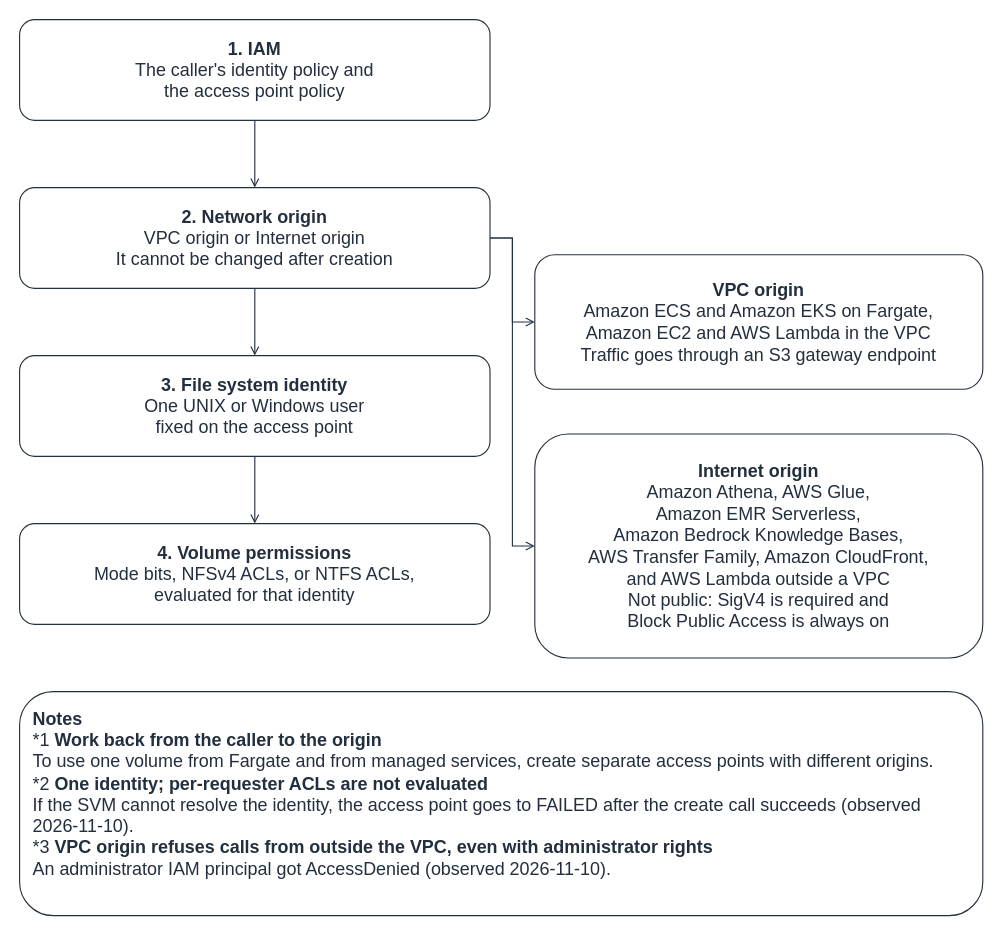
This is docs/_assets/diagrams/s3ap-request-path-en.drawio from Yoshiki0705/FSx-for-ONTAP-Container-Datastore-Patterns, a draw.io file, before an edit. Source tidied: cells renumbered, new cells numbered last; positions are measured from the earlier drawing's top-left corner, leaving out a move shared by most shapes. Both pictures are drawn from the tidied source at 112%, with x=0, y=0 at pixel (19, 19).
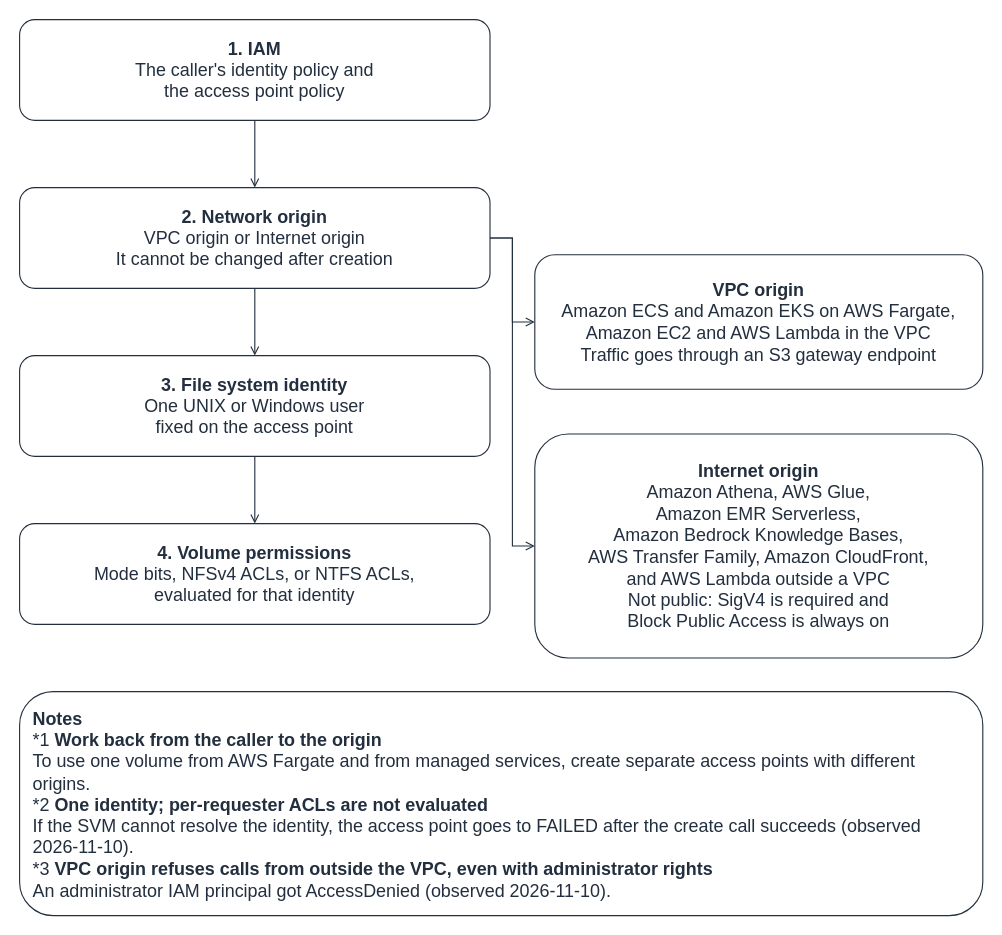
The same diagram, later.

Change to the diagram source:
```diff
@@
 <mxGraphModel background="#FFFFFF">
   <root>
     <mxCell id="0" />
     <mxCell id="1" parent="0" />
     <mxCell id="2" style="edgeStyle=orthogonalEdgeStyle;rounded=0;html=1;endArrow=open;endFill=0;strokeColor=#232F3E;strokeWidth=1;fontSize=16;fontColor=#232F3E;labelBackgroundColor=#FFFFFF;exitX=0.5;exitY=1.0;exitDx=0;exitDy=0;entryX=0.5;entryY=0.0;entryDx=0;entryDy=0;" parent="1" edge="1" source="7" target="8">
       <mxGeometry relative="1" as="geometry" />
     </mxCell>
     <mxCell id="3" style="edgeStyle=orthogonalEdgeStyle;rounded=0;html=1;endArrow=open;endFill=0;strokeColor=#232F3E;strokeWidth=1;fontSize=16;fontColor=#232F3E;labelBackgroundColor=#FFFFFF;exitX=0.5;exitY=1.0;exitDx=0;exitDy=0;entryX=0.5;entryY=0.0;entryDx=0;entryDy=0;" parent="1" edge="1" source="8" target="9">
       <mxGeometry relative="1" as="geometry" />
     </mxCell>
     <mxCell id="4" style="edgeStyle=orthogonalEdgeStyle;rounded=0;html=1;endArrow=open;endFill=0;strokeColor=#232F3E;strokeWidth=1;fontSize=16;fontColor=#232F3E;labelBackgroundColor=#FFFFFF;exitX=0.5;exitY=1.0;exitDx=0;exitDy=0;entryX=0.5;entryY=0.0;entryDx=0;entryDy=0;" parent="1" edge="1" source="9" target="10">
       <mxGeometry relative="1" as="geometry" />
     </mxCell>
     <mxCell id="5" style="edgeStyle=orthogonalEdgeStyle;rounded=0;html=1;endArrow=open;endFill=0;strokeColor=#232F3E;strokeWidth=1;fontSize=16;fontColor=#232F3E;labelBackgroundColor=#FFFFFF;exitX=1.0;exitY=0.5;exitDx=0;exitDy=0;entryX=0.0;entryY=0.5;entryDx=0;entryDy=0;" parent="1" edge="1" source="8" target="11">
       <mxGeometry relative="1" as="geometry" />
     </mxCell>
     <mxCell id="6" style="edgeStyle=orthogonalEdgeStyle;rounded=0;html=1;endArrow=open;endFill=0;strokeColor=#232F3E;strokeWidth=1;fontSize=16;fontColor=#232F3E;labelBackgroundColor=#FFFFFF;exitX=1.0;exitY=0.5;exitDx=0;exitDy=0;entryX=0.0;entryY=0.5;entryDx=0;entryDy=0;" parent="1" edge="1" source="8" target="12">
       <mxGeometry relative="1" as="geometry" />
     </mxCell>
     <mxCell id="7" value="&lt;b&gt;1. IAM&lt;/b&gt;&lt;br&gt;The caller's identity policy and&lt;br&gt;the access point policy" style="rounded=1;whiteSpace=wrap;html=1;strokeColor=#232F3E;fillColor=none;fontColor=#232F3E;fontSize=16;verticalAlign=middle;align=center;" parent="1" vertex="1">
       <mxGeometry width="420" height="90" as="geometry" />
     </mxCell>
     <mxCell id="8" value="&lt;b&gt;2. Network origin&lt;/b&gt;&lt;br&gt;VPC origin or Internet origin&lt;br&gt;It cannot be changed after creation" style="rounded=1;whiteSpace=wrap;html=1;strokeColor=#232F3E;fillColor=none;fontColor=#232F3E;fontSize=16;verticalAlign=middle;align=center;" parent="1" vertex="1">
       <mxGeometry y="150" width="420" height="90" as="geometry" />
     </mxCell>
     <mxCell id="9" value="&lt;b&gt;3. File system identity&lt;/b&gt;&lt;br&gt;One UNIX or Windows user&lt;br&gt;fixed on the access point" style="rounded=1;whiteSpace=wrap;html=1;strokeColor=#232F3E;fillColor=none;fontColor=#232F3E;fontSize=16;verticalAlign=middle;align=center;" parent="1" vertex="1">
       <mxGeometry y="300" width="420" height="90" as="geometry" />
     </mxCell>
     <mxCell id="10" value="&lt;b&gt;4. Volume permissions&lt;/b&gt;&lt;br&gt;Mode bits, NFSv4 ACLs, or NTFS ACLs,&lt;br&gt;evaluated for that identity" style="rounded=1;whiteSpace=wrap;html=1;strokeColor=#232F3E;fillColor=none;fontColor=#232F3E;fontSize=16;verticalAlign=middle;align=center;" parent="1" vertex="1">
       <mxGeometry y="450" width="420" height="90" as="geometry" />
     </mxCell>
-    <mxCell id="11" value="&lt;b&gt;VPC origin&lt;/b&gt;&lt;br&gt;Amazon ECS and Amazon EKS on Fargate,&lt;br&gt;Amazon EC2 and AWS Lambda in the VPC&lt;br&gt;Traffic goes through an S3 gateway endpoint" style="rounded=1;whiteSpace=wrap;html=1;strokeColor=#232F3E;fillColor=none;fontColor=#232F3E;fontSize=16;verticalAlign=middle;align=center;" parent="1" vertex="1">
+    <mxCell id="11" value="&lt;b&gt;VPC origin&lt;/b&gt;&lt;br&gt;Amazon ECS and Amazon EKS on AWS Fargate,&lt;br&gt;Amazon EC2 and AWS Lambda in the VPC&lt;br&gt;Traffic goes through an S3 gateway endpoint" style="rounded=1;whiteSpace=wrap;html=1;strokeColor=#232F3E;fillColor=none;fontColor=#232F3E;fontSize=16;verticalAlign=middle;align=center;" parent="1" vertex="1">
       <mxGeometry x="460" y="210" width="400" height="120" as="geometry" />
     </mxCell>
     <mxCell id="12" value="&lt;b&gt;Internet origin&lt;/b&gt;&lt;br&gt;Amazon Athena, AWS Glue,&lt;br&gt;Amazon EMR Serverless,&lt;br&gt;Amazon Bedrock Knowledge Bases,&lt;br&gt;AWS Transfer Family, Amazon CloudFront,&lt;br&gt;and AWS Lambda outside a VPC&lt;br&gt;Not public: SigV4 is required and&lt;br&gt;Block Public Access is always on" style="rounded=1;whiteSpace=wrap;html=1;strokeColor=#232F3E;fillColor=none;fontColor=#232F3E;fontSize=16;verticalAlign=middle;align=center;" parent="1" vertex="1">
       <mxGeometry x="460" y="370" width="400" height="200" as="geometry" />
     </mxCell>
-    <mxCell id="13" value="&lt;b&gt;Notes&lt;/b&gt;&lt;br&gt;*1 &lt;b&gt;Work back from the caller to the origin&lt;/b&gt;&lt;br&gt;To use one volume from Fargate and from managed services, create separate access points with different origins.&lt;br&gt;*2 &lt;b&gt;One identity; per-requester ACLs are not evaluated&lt;/b&gt;&lt;br&gt;If the SVM cannot resolve the identity, the access point goes to FAILED after the create call succeeds (observed 2026-11-10).&lt;br&gt;*3 &lt;b&gt;VPC origin refuses calls from outside the VPC, even with administrator rights&lt;/b&gt;&lt;br&gt;An administrator IAM principal got AccessDenied (observed 2026-11-10)." style="rounded=1;whiteSpace=wrap;html=1;strokeColor=#232F3E;fillColor=none;fontColor=#232F3E;fontSize=16;verticalAlign=top;align=left;spacingLeft=10;spacingRight=10;spacingTop=8;" parent="1" vertex="1">
+    <mxCell id="13" value="&lt;b&gt;Notes&lt;/b&gt;&lt;br&gt;*1 &lt;b&gt;Work back from the caller to the origin&lt;/b&gt;&lt;br&gt;To use one volume from AWS Fargate and from managed services, create separate access points with different origins.&lt;br&gt;*2 &lt;b&gt;One identity; per-requester ACLs are not evaluated&lt;/b&gt;&lt;br&gt;If the SVM cannot resolve the identity, the access point goes to FAILED after the create call succeeds (observed 2026-11-10).&lt;br&gt;*3 &lt;b&gt;VPC origin refuses calls from outside the VPC, even with administrator rights&lt;/b&gt;&lt;br&gt;An administrator IAM principal got AccessDenied (observed 2026-11-10)." style="rounded=1;whiteSpace=wrap;html=1;strokeColor=#232F3E;fillColor=none;fontColor=#232F3E;fontSize=16;verticalAlign=top;align=left;spacingLeft=10;spacingRight=10;spacingTop=8;" parent="1" vertex="1">
       <mxGeometry y="600" width="860" height="200" as="geometry" />
     </mxCell>
   </root>
 </mxGraphModel>
```
